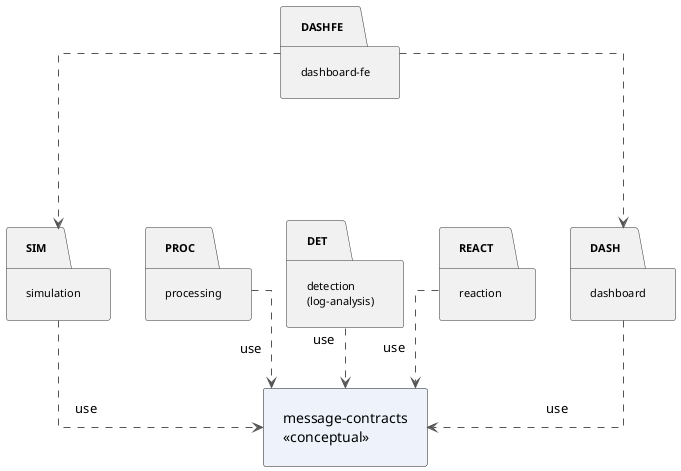
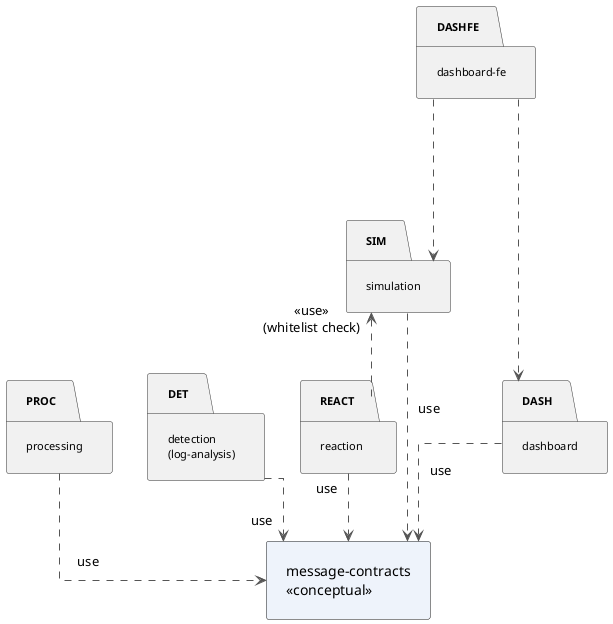
@startuml package-diagram-system-level
' ============================================================
' Biểu đồ gói mức hệ thống — log-analyzer
' ============================================================

skinparam shadowing false
skinparam packageStyle rectangle
skinparam linetype ortho
skinparam defaultFontName "Sans"
skinparam ArrowColor #555555
skinparam packageBorderColor #333333
skinparam padding 10

' ↓ Make package names smaller
skinparam packageFontSize 11

' -----------------------------
' Message contract (conceptual)
' -----------------------------
package "message-contracts\n«conceptual»" as MC #EEF3FB {
}

' -----------------------------
' Microservices (logical layer)
' -----------------------------
package "simulation"               as SIM
package "processing"              as PROC
package "detection\n(log-analysis)" as DET
package "reaction"                as REACT
package "dashboard"              as DASH
package "dashboard-fe"           as DASHFE

' -----------------------------
' Conceptual dependencies
' -----------------------------
SIM   ..> MC : «use»
PROC  ..> MC : «use»
DET   ..> MC : «use»
REACT ..> MC : «use»
DASH  ..> MC : «use»

' -----------------------------
' Client -> backend calls
' -----------------------------
DASHFE ...> DASH
DASHFE ...> SIM

' -----------------------------
+ ' Service -> service calls (REST)
+ ' -----------------------------
+ REACT ..> SIM : «use»\n(whitelist check)
+ 
+ ' -----------------------------
' Horizontal layout constraint
' -----------------------------
SIM   -[hidden]right- PROC
PROC  -[hidden]right- DET
DET   -[hidden]right- REACT
REACT -[hidden]right- DASH

@enduml